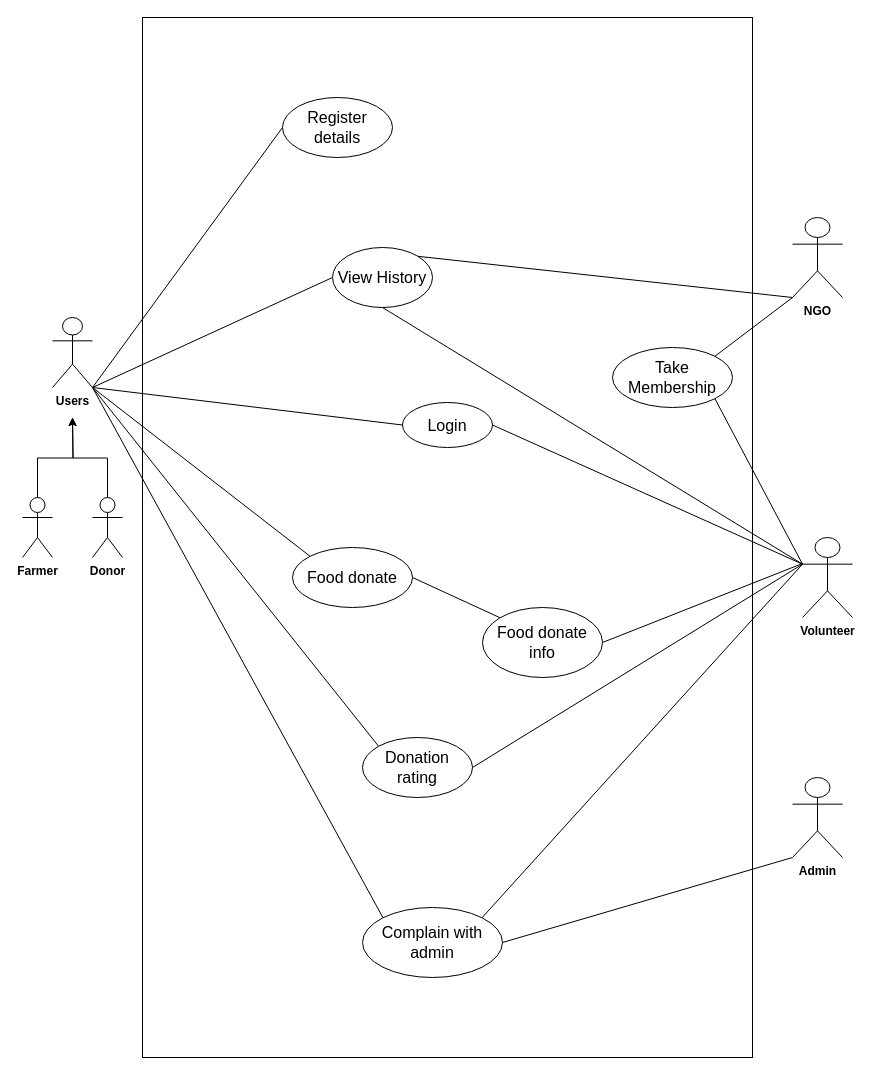
devsitaram/Final_Year_Project keeps this draw.io diagram as Design URL/Use Case.drawio. Above is the earlier version. Source tidied: cells renumbered, new cells numbered last; positions are measured from the earlier drawing's top-left corner, leaving out a move shared by most shapes. Both pictures are drawn from the tidied source at 100%, with x=0, y=0 at pixel (22, 17).
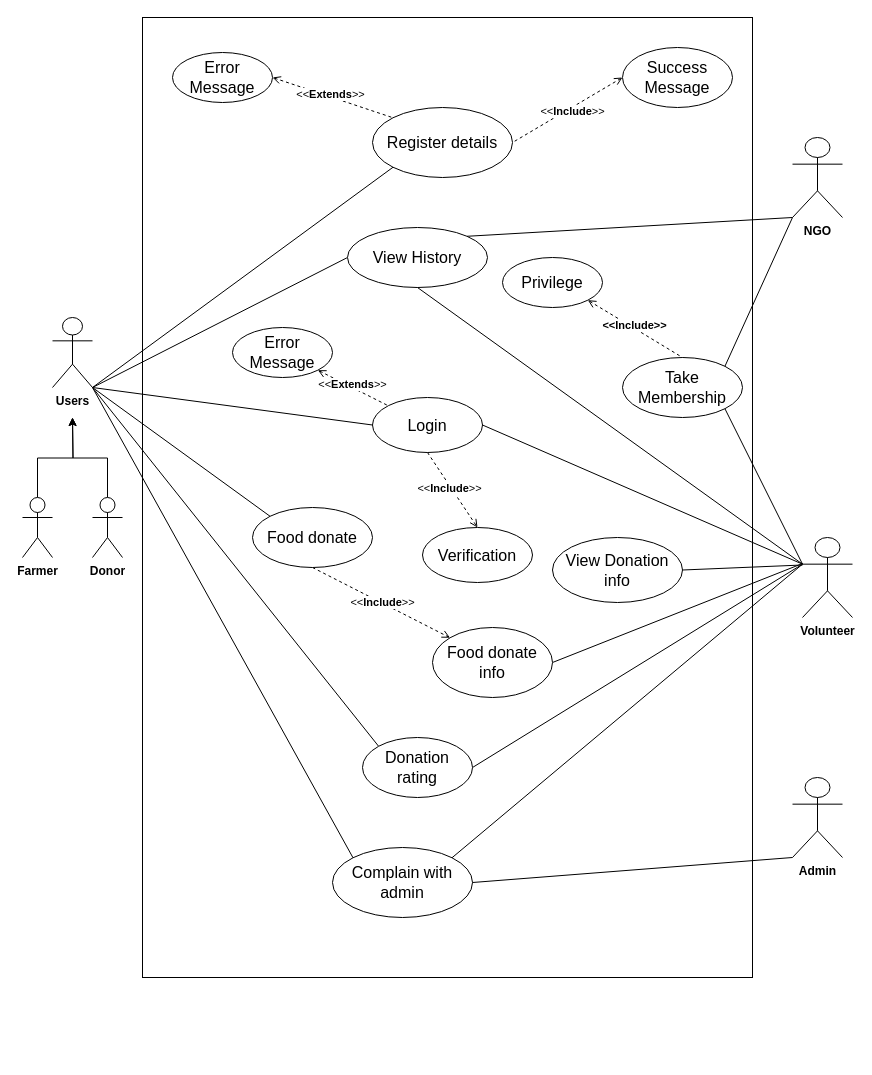
The same diagram, later.

Commit message (it also covers changes not shown here):
Complete the use case diagram and start the high level use case

Unchanged cells that the change refers to:
```xml
<mxCell id="2" value="&lt;b&gt;Users&lt;/b&gt;" style="shape=umlActor;verticalLabelPosition=bottom;verticalAlign=top;html=1;outlineConnect=0;" parent="1" vertex="1">
  <mxGeometry x="30" y="300" width="40" height="70" as="geometry" />
</mxCell>
```

The edit, as a diff of the source:
```diff
@@
     <mxCell id="8" value="&lt;b&gt;NGO&lt;/b&gt;" style="shape=umlActor;verticalLabelPosition=bottom;verticalAlign=top;html=1;outlineConnect=0;" parent="1" vertex="1">
-      <mxGeometry x="770" y="200" width="50" height="80" as="geometry" />
+      <mxGeometry x="770" y="120" width="50" height="80" as="geometry" />
     </mxCell>
@@
     <mxCell id="10" style="rounded=0;whiteSpace=wrap;html=1;" parent="1" vertex="1">
-      <mxGeometry x="120" width="610" height="1040" as="geometry" />
+      <mxGeometry x="120" width="610" height="960" as="geometry" />
     </mxCell>
     <mxCell id="11" value="&lt;font style=&quot;font-size: 16px;&quot;&gt;Register details&lt;/font&gt;" style="ellipse;whiteSpace=wrap;html=1;" parent="1" vertex="1">
-      <mxGeometry x="260" y="80" width="110" height="60" as="geometry" />
+      <mxGeometry x="350" y="90" width="140" height="70" as="geometry" />
     </mxCell>
     <mxCell id="12" value="&lt;font style=&quot;font-size: 16px;&quot;&gt;Login&lt;/font&gt;" style="ellipse;whiteSpace=wrap;html=1;" parent="1" vertex="1">
-      <mxGeometry x="380" y="385" width="90" height="45" as="geometry" />
+      <mxGeometry x="350" y="380" width="110" height="55" as="geometry" />
     </mxCell>
-    <mxCell id="13" style="rounded=0;jettySize=auto;html=1;exitX=1;exitY=0;exitDx=0;exitDy=0;endArrow=none;endFill=0;" parent="1" edge="1" source="15">
-      <mxGeometry relative="1" as="geometry">
-        <mxPoint x="770" y="280" as="targetPoint" />
-      </mxGeometry>
+    <mxCell id="13" style="rounded=0;jettySize=auto;html=1;exitX=1;exitY=0;exitDx=0;exitDy=0;endArrow=none;endFill=0;entryX=0;entryY=1;entryDx=0;entryDy=0;entryPerimeter=0;" parent="1" edge="1" source="15" target="8">
+      <mxGeometry relative="1" as="geometry" />
     </mxCell>
@@
     <mxCell id="15" value="&lt;font style=&quot;font-size: 16px;&quot;&gt;View History&lt;/font&gt;" style="ellipse;whiteSpace=wrap;html=1;" parent="1" vertex="1">
-      <mxGeometry x="310" y="230" width="100" height="60" as="geometry" />
+      <mxGeometry x="325" y="210" width="140" height="60" as="geometry" />
     </mxCell>
     <mxCell id="16" value="&lt;font style=&quot;font-size: 16px;&quot;&gt;Take Membership&lt;/font&gt;" style="ellipse;whiteSpace=wrap;html=1;" parent="1" vertex="1">
-      <mxGeometry x="590" y="330" width="120" height="60" as="geometry" />
+      <mxGeometry x="600" y="340" width="120" height="60" as="geometry" />
     </mxCell>
-    <mxCell id="17" style="rounded=0;jettySize=auto;html=1;exitX=1;exitY=0.5;exitDx=0;exitDy=0;entryX=0;entryY=0;entryDx=0;entryDy=0;endArrow=none;endFill=0;" parent="1" edge="1" source="18" target="30">
+    <mxCell id="17" style="rounded=0;jettySize=auto;html=1;exitX=0.5;exitY=1;exitDx=0;exitDy=0;entryX=0;entryY=0;entryDx=0;entryDy=0;endArrow=open;endFill=0;dashed=1;" parent="1" edge="1" source="18" target="30">
       <mxGeometry relative="1" as="geometry" />
     </mxCell>
+    <mxCell id="35" value="&amp;lt;&amp;lt;&lt;b&gt;Include&lt;/b&gt;&amp;gt;&amp;gt;" style="edgeLabel;html=1;align=center;verticalAlign=middle;" parent="17" vertex="1">
+      <mxGeometry x="0.01" y="1" relative="1" as="geometry" />
+    </mxCell>
     <mxCell id="18" value="&lt;font style=&quot;font-size: 16px;&quot;&gt;Food donate&lt;/font&gt;" style="ellipse;whiteSpace=wrap;html=1;" parent="1" vertex="1">
-      <mxGeometry x="270" y="530" width="120" height="60" as="geometry" />
+      <mxGeometry x="230" y="490" width="120" height="60" as="geometry" />
     </mxCell>
@@
-    <mxCell id="26" style="rounded=0;jettySize=auto;html=1;exitX=0;exitY=0.5;exitDx=0;exitDy=0;entryX=1;entryY=1;entryDx=0;entryDy=0;entryPerimeter=0;endArrow=none;endFill=0;" parent="1" edge="1" source="11" target="2">
+    <mxCell id="26" style="rounded=0;jettySize=auto;html=1;exitX=0;exitY=1;exitDx=0;exitDy=0;entryX=1;entryY=1;entryDx=0;entryDy=0;entryPerimeter=0;endArrow=none;endFill=0;" parent="1" edge="1" source="11" target="2">
       <mxGeometry relative="1" as="geometry" />
     </mxCell>
@@
     <mxCell id="30" value="&lt;font style=&quot;font-size: 16px;&quot;&gt;Food donate info&lt;/font&gt;" style="ellipse;whiteSpace=wrap;html=1;" parent="1" vertex="1">
-      <mxGeometry x="460" y="590" width="120" height="70" as="geometry" />
+      <mxGeometry x="410" y="610" width="120" height="70" as="geometry" />
     </mxCell>
@@
     <mxCell id="33" value="&lt;font style=&quot;font-size: 16px;&quot;&gt;Complain with admin&lt;/font&gt;" style="ellipse;whiteSpace=wrap;html=1;" parent="1" vertex="1">
-      <mxGeometry x="340" y="890" width="140" height="70" as="geometry" />
+      <mxGeometry x="310" y="830" width="140" height="70" as="geometry" />
     </mxCell>
@@
+    <mxCell id="36" style="rounded=0;jettySize=auto;html=1;exitX=1;exitY=1;exitDx=0;exitDy=0;entryX=0.5;entryY=0;entryDx=0;entryDy=0;endArrow=none;endFill=0;dashed=1;startArrow=open;startFill=0;" parent="1" edge="1" source="38" target="16">
+      <mxGeometry relative="1" as="geometry" />
+    </mxCell>
+    <mxCell id="37" value="&lt;b&gt;&amp;lt;&amp;lt;Include&amp;gt;&amp;gt;&lt;/b&gt;" style="edgeLabel;html=1;align=center;verticalAlign=middle;rotation=0;" parent="36" vertex="1">
+      <mxGeometry x="-0.06" y="3" relative="1" as="geometry" />
+    </mxCell>
+    <mxCell id="38" value="&lt;font style=&quot;font-size: 16px;&quot;&gt;Privilege&lt;/font&gt;" style="ellipse;whiteSpace=wrap;html=1;" parent="1" vertex="1">
+      <mxGeometry x="480" y="240" width="100" height="50" as="geometry" />
+    </mxCell>
+    <mxCell id="39" style="rounded=0;jettySize=auto;html=1;exitX=1;exitY=1;exitDx=0;exitDy=0;entryX=0;entryY=0;entryDx=0;entryDy=0;endArrow=none;endFill=0;dashed=1;startArrow=open;startFill=0;" parent="1" edge="1" source="41" target="12">
+      <mxGeometry relative="1" as="geometry" />
+    </mxCell>
+    <mxCell id="40" value="&amp;lt;&amp;lt;&lt;b&gt;Extends&lt;/b&gt;&amp;gt;&amp;gt;" style="edgeLabel;html=1;align=center;verticalAlign=middle;rotation=0;" parent="39" vertex="1">
+      <mxGeometry x="-0.06" y="3" relative="1" as="geometry" />
+    </mxCell>
+    <mxCell id="41" value="&lt;font style=&quot;font-size: 16px;&quot;&gt;Error Message&lt;/font&gt;" style="ellipse;whiteSpace=wrap;html=1;" parent="1" vertex="1">
+      <mxGeometry x="210" y="310" width="100" height="50" as="geometry" />
+    </mxCell>
+    <mxCell id="42" value="&lt;font style=&quot;font-size: 16px;&quot;&gt;Verification&lt;/font&gt;" style="ellipse;whiteSpace=wrap;html=1;" parent="1" vertex="1">
+      <mxGeometry x="400" y="510" width="110" height="55" as="geometry" />
+    </mxCell>
+    <mxCell id="43" style="rounded=0;jettySize=auto;html=1;exitX=0.5;exitY=1;exitDx=0;exitDy=0;entryX=0.5;entryY=0;entryDx=0;entryDy=0;endArrow=open;endFill=0;dashed=1;" parent="1" edge="1" source="12" target="42">
+      <mxGeometry relative="1" as="geometry" />
+    </mxCell>
+    <mxCell id="44" value="&amp;lt;&amp;lt;&lt;b&gt;Include&lt;/b&gt;&amp;gt;&amp;gt;" style="edgeLabel;html=1;align=center;verticalAlign=middle;rotation=0;" parent="43" vertex="1">
+      <mxGeometry x="-0.06" y="3" relative="1" as="geometry">
+        <mxPoint x="-4" y="2" as="offset" />
+      </mxGeometry>
+    </mxCell>
+    <mxCell id="45" style="rounded=0;jettySize=auto;html=1;exitX=0;exitY=0.5;exitDx=0;exitDy=0;entryX=1;entryY=0.5;entryDx=0;entryDy=0;endArrow=none;endFill=0;dashed=1;startArrow=open;startFill=0;" parent="1" edge="1" source="47" target="11">
+      <mxGeometry relative="1" as="geometry" />
+    </mxCell>
+    <mxCell id="46" value="&amp;lt;&amp;lt;&lt;b&gt;Include&lt;/b&gt;&amp;gt;&amp;gt;" style="edgeLabel;html=1;align=center;verticalAlign=middle;rotation=0;" parent="45" vertex="1">
+      <mxGeometry x="-0.06" y="3" relative="1" as="geometry" />
+    </mxCell>
+    <mxCell id="47" value="&lt;font style=&quot;font-size: 16px;&quot;&gt;Success Message&lt;/font&gt;" style="ellipse;whiteSpace=wrap;html=1;" parent="1" vertex="1">
+      <mxGeometry x="600" y="30" width="110" height="60" as="geometry" />
+    </mxCell>
+    <mxCell id="48" style="rounded=0;jettySize=auto;html=1;exitX=1;exitY=0.5;exitDx=0;exitDy=0;entryX=0;entryY=0;entryDx=0;entryDy=0;endArrow=none;endFill=0;dashed=1;startArrow=open;startFill=0;" parent="1" edge="1" source="50" target="11">
+      <mxGeometry relative="1" as="geometry" />
+    </mxCell>
+    <mxCell id="49" value="&amp;lt;&amp;lt;&lt;b&gt;Extends&lt;/b&gt;&amp;gt;&amp;gt;" style="edgeLabel;html=1;align=center;verticalAlign=middle;rotation=0;" parent="48" vertex="1">
+      <mxGeometry x="-0.06" y="3" relative="1" as="geometry" />
+    </mxCell>
+    <mxCell id="50" value="&lt;font style=&quot;font-size: 16px;&quot;&gt;Error Message&lt;/font&gt;" style="ellipse;whiteSpace=wrap;html=1;" parent="1" vertex="1">
+      <mxGeometry x="150" y="35" width="100" height="50" as="geometry" />
+    </mxCell>
+    <mxCell id="51" style="rounded=0;jettySize=auto;html=1;exitX=1;exitY=0.5;exitDx=0;exitDy=0;endArrow=none;endFill=0;" parent="1" edge="1" source="52">
+      <mxGeometry relative="1" as="geometry">
+        <mxPoint x="780" y="547.5" as="targetPoint" />
+      </mxGeometry>
+    </mxCell>
+    <mxCell id="52" value="&lt;font style=&quot;font-size: 16px;&quot;&gt;View Donation info&lt;/font&gt;" style="ellipse;whiteSpace=wrap;html=1;" parent="1" vertex="1">
+      <mxGeometry x="530" y="520" width="130" height="65" as="geometry" />
+    </mxCell>
```
